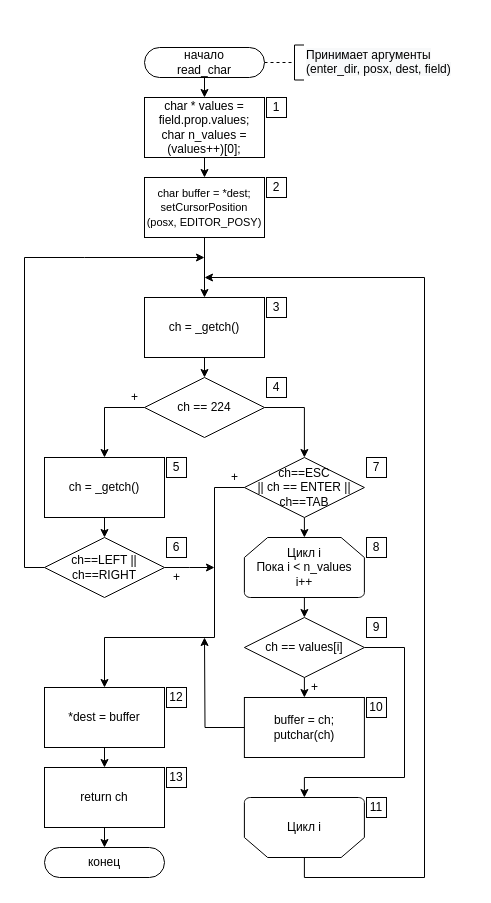
The draw.io diagram ПЗ/Diagrams/read_char.drawio in Killfrra/AnP, before the edit. Source tidied: cells renumbered, new cells numbered last; positions are measured from the earlier drawing's top-left corner, leaving out a move shared by most shapes. Both pictures are drawn from the tidied source at 100%, with x=0, y=0 at pixel (24, 41).
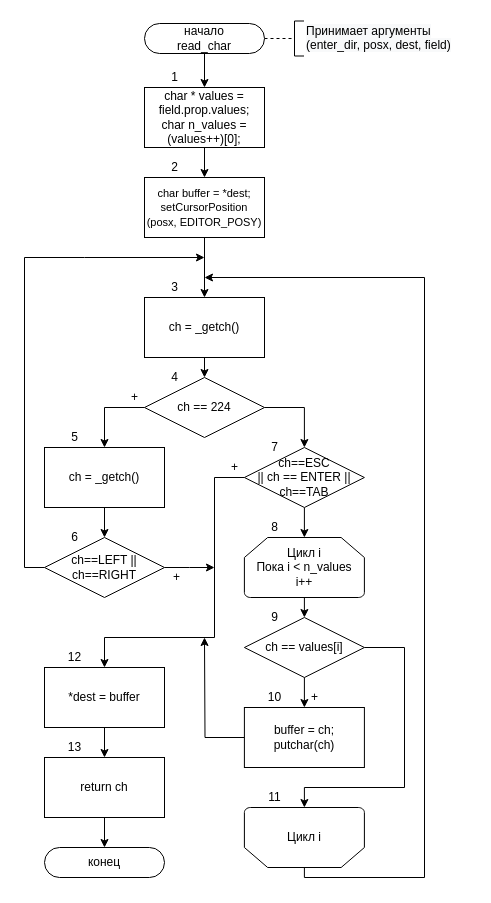
Above is the later version.

The change refers to these unchanged cells:
```xml
<mxCell id="22" value="ch == values[i]" style="rhombus;whiteSpace=wrap;html=1;rounded=0;" parent="1" vertex="1">
  <mxGeometry x="219.9" y="576" width="120" height="60" as="geometry" />
</mxCell>
```

Change to the diagram source:
```diff
@@
     <mxCell id="3" value="&lt;font style=&quot;font-size: 12px ; line-height: 0%&quot;&gt;начало&lt;br&gt;read_char&lt;/font&gt;" style="rounded=1;whiteSpace=wrap;html=1;arcSize=50;" parent="1" vertex="1">
-      <mxGeometry x="120" y="6" width="120" height="30" as="geometry" />
+      <mxGeometry x="120" y="-18" width="120" height="30" as="geometry" />
     </mxCell>
@@
     <mxCell id="5" value="return ch" style="rounded=0;whiteSpace=wrap;html=1;" parent="1" vertex="1">
-      <mxGeometry x="20" y="726" width="120" height="60" as="geometry" />
+      <mxGeometry x="20" y="716" width="120" height="60" as="geometry" />
     </mxCell>
@@
     <mxCell id="8" value="*dest = buffer" style="rounded=0;whiteSpace=wrap;html=1;" parent="1" vertex="1">
-      <mxGeometry x="20" y="646" width="120" height="60" as="geometry" />
+      <mxGeometry x="20" y="626" width="120" height="60" as="geometry" />
     </mxCell>
@@
     <mxCell id="14" value="ch = _getch()" style="rounded=0;whiteSpace=wrap;html=1;" parent="1" vertex="1">
-      <mxGeometry x="20" y="416" width="120" height="60" as="geometry" />
+      <mxGeometry x="20" y="406" width="120" height="60" as="geometry" />
     </mxCell>
@@
     <mxCell id="17" style="edgeStyle=orthogonalEdgeStyle;rounded=0;jettySize=auto;html=1;exitX=0;exitY=0.5;exitDx=0;exitDy=0;entryX=0.5;entryY=0;entryDx=0;entryDy=0;" parent="1" edge="1" source="18" target="8">
       <mxGeometry relative="1" as="geometry">
         <Array as="points">
-          <mxPoint x="190" y="446" />
+          <mxPoint x="190" y="436" />
           <mxPoint x="190" y="596" />
           <mxPoint x="80" y="596" />
         </Array>
       </mxGeometry>
     </mxCell>
     <mxCell id="18" value="&lt;font style=&quot;font-size: 12px ; line-height: 100%&quot;&gt;ch==ESC&lt;br&gt;|| ch == ENTER&amp;nbsp;||&lt;br&gt;ch==TAB&lt;/font&gt;" style="rhombus;whiteSpace=wrap;html=1;rounded=0;" parent="1" vertex="1">
-      <mxGeometry x="219.9" y="416" width="120" height="60" as="geometry" />
+      <mxGeometry x="219.9" y="406" width="120" height="60" as="geometry" />
     </mxCell>
@@
     <mxCell id="21" value="Цикл i" style="strokeWidth=1;html=1;shape=mxgraph.flowchart.loop_limit;whiteSpace=wrap;flipV=1;" parent="1" vertex="1">
-      <mxGeometry x="219.9" y="756" width="120" height="60" as="geometry" />
+      <mxGeometry x="219.9" y="766" width="120" height="60" as="geometry" />
     </mxCell>
@@
     <mxCell id="24" value="buffer = ch;&lt;br&gt;putchar(ch)" style="rounded=0;whiteSpace=wrap;html=1;" parent="1" vertex="1">
-      <mxGeometry x="219.9" y="656" width="120" height="60" as="geometry" />
+      <mxGeometry x="219.9" y="666" width="120" height="60" as="geometry" />
     </mxCell>
@@
-    <mxCell id="26" style="edgeStyle=orthogonalEdgeStyle;rounded=0;jettySize=auto;html=1;entryX=0.5;entryY=0;entryDx=0;entryDy=0;" parent="1" edge="1" target="21">
+    <mxCell id="26" style="edgeStyle=orthogonalEdgeStyle;rounded=0;jettySize=auto;html=1;entryX=0.5;entryY=0;entryDx=0;entryDy=0;exitX=1;exitY=0.5;exitDx=0;exitDy=0;" parent="1" edge="1" source="22" target="21">
       <mxGeometry relative="1" as="geometry">
-        <mxPoint x="340" y="606" as="sourcePoint" />
         <Array as="points">
           <mxPoint x="380" y="606" />
-          <mxPoint x="380" y="736" />
-          <mxPoint x="280" y="736" />
+          <mxPoint x="380" y="746" />
+          <mxPoint x="280" y="746" />
         </Array>
       </mxGeometry>
     </mxCell>
@@
     <mxCell id="33" value="char * values = field.prop.values;&lt;br&gt;char n_values =(values++)[0];" style="rounded=0;whiteSpace=wrap;html=1;" parent="1" vertex="1">
-      <mxGeometry x="120" y="56" width="120" height="60" as="geometry" />
+      <mxGeometry x="120" y="46" width="120" height="60" as="geometry" />
     </mxCell>
@@
     <mxCell id="38" value="+" style="text;html=1;align=center;verticalAlign=middle;" parent="1" vertex="1">
-      <mxGeometry x="199.9" y="426" width="20" height="20" as="geometry" />
+      <mxGeometry x="199.9" y="416" width="20" height="20" as="geometry" />
     </mxCell>
@@
     <mxCell id="40" value="+" style="text;html=1;align=center;verticalAlign=middle;" parent="1" vertex="1">
-      <mxGeometry x="279.9" y="636" width="20" height="20" as="geometry" />
+      <mxGeometry x="279.9" y="646" width="20" height="20" as="geometry" />
     </mxCell>
@@
+    <mxCell id="55" style="strokeWidth=1;html=1;shape=mxgraph.flowchart.annotation_1;align=left;fontFamily=Helvetica;fontSize=12;fontColor=#000000;strokeColor=#000000;fillColor=#ffffff;" parent="1" vertex="1">
+      <mxGeometry x="270" y="-20.5" width="9.5" height="35" as="geometry" />
+    </mxCell>
+    <mxCell id="56" value="&lt;span style=&quot;color: rgb(0 , 0 , 0) ; font-family: &amp;#34;helvetica&amp;#34; ; font-size: 12px ; font-style: normal ; font-weight: 400 ; letter-spacing: normal ; text-align: center ; text-indent: 0px ; text-transform: none ; word-spacing: 0px ; background-color: rgb(248 , 249 , 250) ; display: inline ; float: none&quot;&gt;Принимает аргументы&lt;br&gt;(enter_dir, posx, dest, field)&lt;/span&gt;" style="text;whiteSpace=wrap;html=1;" parent="1" vertex="1">
+      <mxGeometry x="279.5" y="-24" width="170" height="30" as="geometry" />
+    </mxCell>
-    <mxCell id="42" value="1" style="whiteSpace=wrap;html=1;" parent="1" vertex="1">
-      <mxGeometry x="242" y="56" width="20" height="20" as="geometry" />
+    <mxCell id="42" value="1" style="text;html=1;align=center;verticalAlign=middle;" parent="1" vertex="1">
+      <mxGeometry x="140" y="26" width="20" height="20" as="geometry" />
     </mxCell>
-    <mxCell id="43" value="2" style="whiteSpace=wrap;html=1;" parent="1" vertex="1">
-      <mxGeometry x="242" y="136" width="20" height="20" as="geometry" />
+    <mxCell id="43" value="2" style="text;html=1;align=center;verticalAlign=middle;" parent="1" vertex="1">
+      <mxGeometry x="140" y="116" width="20" height="20" as="geometry" />
     </mxCell>
-    <mxCell id="44" value="3" style="whiteSpace=wrap;html=1;" parent="1" vertex="1">
-      <mxGeometry x="242" y="256" width="20" height="20" as="geometry" />
+    <mxCell id="44" value="3" style="text;html=1;align=center;verticalAlign=middle;" parent="1" vertex="1">
+      <mxGeometry x="140" y="236" width="20" height="20" as="geometry" />
     </mxCell>
-    <mxCell id="45" value="4" style="whiteSpace=wrap;html=1;" parent="1" vertex="1">
-      <mxGeometry x="242" y="336" width="20" height="20" as="geometry" />
+    <mxCell id="45" value="4" style="text;html=1;align=center;verticalAlign=middle;" parent="1" vertex="1">
+      <mxGeometry x="140" y="326" width="20" height="20" as="geometry" />
     </mxCell>
-    <mxCell id="46" value="5" style="whiteSpace=wrap;html=1;" parent="1" vertex="1">
-      <mxGeometry x="142" y="416" width="20" height="20" as="geometry" />
+    <mxCell id="46" value="5" style="text;html=1;align=center;verticalAlign=middle;" parent="1" vertex="1">
+      <mxGeometry x="40" y="386" width="20" height="20" as="geometry" />
     </mxCell>
-    <mxCell id="47" value="6" style="whiteSpace=wrap;html=1;" parent="1" vertex="1">
-      <mxGeometry x="142" y="496" width="20" height="20" as="geometry" />
+    <mxCell id="47" value="6" style="text;html=1;align=center;verticalAlign=middle;" parent="1" vertex="1">
+      <mxGeometry x="40" y="486" width="20" height="20" as="geometry" />
     </mxCell>
+    <mxCell id="49" value="8" style="text;html=1;align=center;verticalAlign=middle;" parent="1" vertex="1">
+      <mxGeometry x="240" y="476" width="20" height="20" as="geometry" />
+    </mxCell>
-    <mxCell id="48" value="7" style="whiteSpace=wrap;html=1;" parent="1" vertex="1">
-      <mxGeometry x="342" y="416" width="20" height="20" as="geometry" />
+    <mxCell id="48" value="7" style="text;html=1;align=center;verticalAlign=middle;" parent="1" vertex="1">
+      <mxGeometry x="240" y="396" width="20" height="20" as="geometry" />
     </mxCell>
-    <mxCell id="49" value="8" style="whiteSpace=wrap;html=1;" parent="1" vertex="1">
-      <mxGeometry x="342" y="496" width="20" height="20" as="geometry" />
-    </mxCell>
-    <mxCell id="50" value="9" style="whiteSpace=wrap;html=1;" parent="1" vertex="1">
-      <mxGeometry x="342" y="576" width="20" height="20" as="geometry" />
+    <mxCell id="50" value="9" style="text;html=1;align=center;verticalAlign=middle;" parent="1" vertex="1">
+      <mxGeometry x="240" y="566" width="20" height="20" as="geometry" />
     </mxCell>
-    <mxCell id="51" value="10" style="whiteSpace=wrap;html=1;" parent="1" vertex="1">
-      <mxGeometry x="342" y="656" width="20" height="20" as="geometry" />
+    <mxCell id="51" value="10" style="text;html=1;align=center;verticalAlign=middle;" parent="1" vertex="1">
+      <mxGeometry x="235" y="646" width="30" height="20" as="geometry" />
     </mxCell>
-    <mxCell id="52" value="11" style="whiteSpace=wrap;html=1;" parent="1" vertex="1">
-      <mxGeometry x="342" y="756" width="20" height="20" as="geometry" />
+    <mxCell id="52" value="11" style="text;html=1;align=center;verticalAlign=middle;" parent="1" vertex="1">
+      <mxGeometry x="235" y="746" width="30" height="20" as="geometry" />
     </mxCell>
-    <mxCell id="53" value="12" style="whiteSpace=wrap;html=1;" parent="1" vertex="1">
-      <mxGeometry x="142" y="646" width="20" height="20" as="geometry" />
+    <mxCell id="53" value="12" style="text;html=1;align=center;verticalAlign=middle;" parent="1" vertex="1">
+      <mxGeometry x="35" y="606" width="30" height="20" as="geometry" />
     </mxCell>
-    <mxCell id="54" value="13" style="whiteSpace=wrap;html=1;" parent="1" vertex="1">
-      <mxGeometry x="142" y="726" width="20" height="20" as="geometry" />
+    <mxCell id="54" value="13" style="text;html=1;align=center;verticalAlign=middle;" parent="1" vertex="1">
+      <mxGeometry x="35" y="696" width="30" height="20" as="geometry" />
     </mxCell>
-    <mxCell id="55" style="strokeWidth=1;html=1;shape=mxgraph.flowchart.annotation_1;align=left;fontFamily=Helvetica;fontSize=12;fontColor=#000000;strokeColor=#000000;fillColor=#ffffff;" parent="1" vertex="1">
-      <mxGeometry x="270" y="3.5" width="9.5" height="35" as="geometry" />
-    </mxCell>
-    <mxCell id="56" value="&lt;span style=&quot;color: rgb(0 , 0 , 0) ; font-family: &amp;#34;helvetica&amp;#34; ; font-size: 12px ; font-style: normal ; font-weight: 400 ; letter-spacing: normal ; text-align: center ; text-indent: 0px ; text-transform: none ; word-spacing: 0px ; background-color: rgb(248 , 249 , 250) ; display: inline ; float: none&quot;&gt;Принимает аргументы&lt;br&gt;(enter_dir, posx, dest, field)&lt;/span&gt;" style="text;whiteSpace=wrap;html=1;" parent="1" vertex="1">
-      <mxGeometry x="279.5" width="170" height="30" as="geometry" />
-    </mxCell>
```
